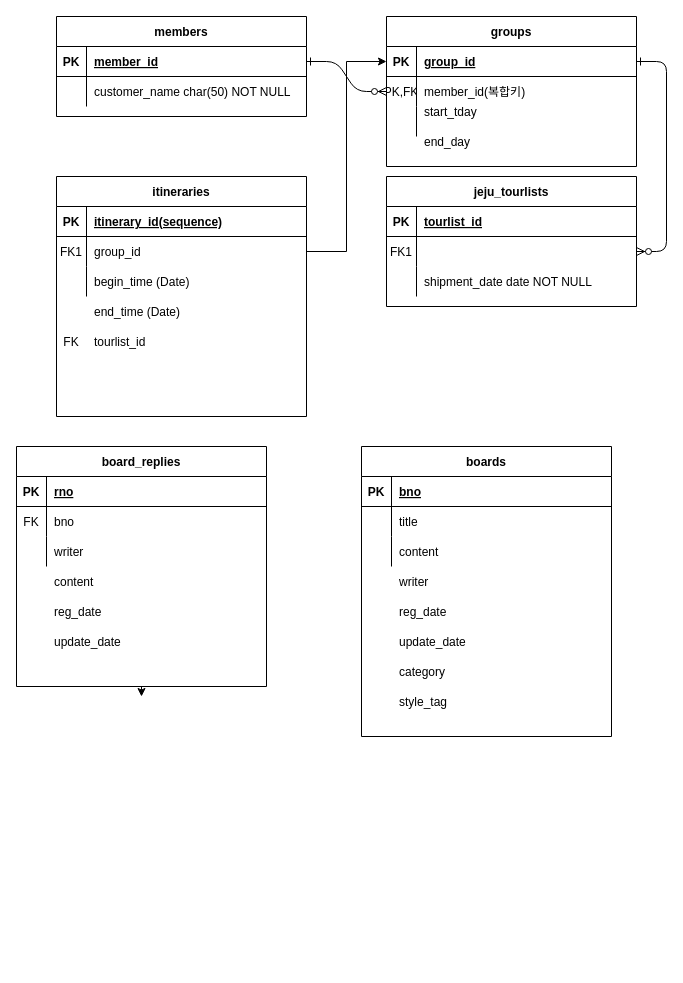
The draw.io diagram Untitled Diagram.drawio in Youyeon-Kim/ShallweJeju, before the edit. Source tidied: cells renumbered, new cells numbered last; positions are measured from the earlier drawing's top-left corner, leaving out a move shared by most shapes. Both pictures are drawn from the tidied source at 100%, with x=0, y=0 at pixel (16, 16).
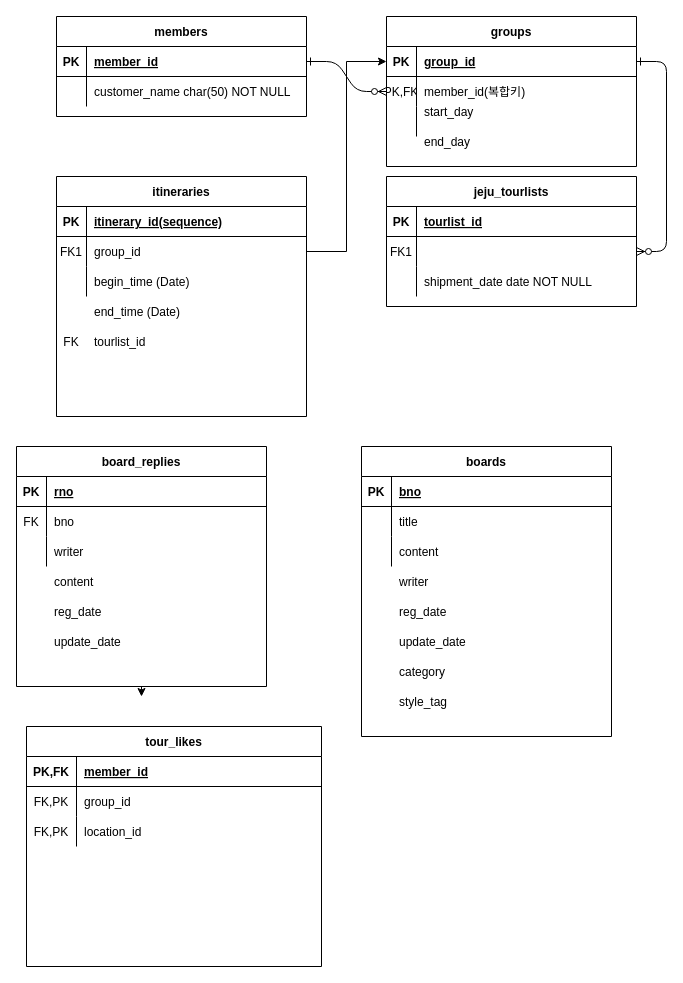
The same diagram, later.

What changed in the source:
```diff
@@
-    <mxCell id="45" value="start_tday" style="shape=partialRectangle;overflow=hidden;fillColor=none;top=0;left=0;bottom=0;right=0;align=left;spacingLeft=6;" parent="1" vertex="1">
+    <mxCell id="45" value="start_day" style="shape=partialRectangle;overflow=hidden;fillColor=none;top=0;left=0;bottom=0;right=0;align=left;spacingLeft=6;" parent="1" vertex="1">
       <mxGeometry x="400" y="80" width="220" height="30" as="geometry" />
     </mxCell>
@@
+    <mxCell id="76" value="tour_likes" style="shape=table;startSize=30;childLayout=tableLayout;rowLines=0;fontStyle=1;align=center;" parent="1" vertex="1">
+      <mxGeometry x="10" y="710" width="295" height="240" as="geometry" />
+    </mxCell>
+    <mxCell id="77" style="shape=partialRectangle;fillColor=none;top=0;left=0;right=0;bottom=1;" parent="76" vertex="1">
+      <mxGeometry y="30" width="295" height="30" as="geometry" />
+    </mxCell>
+    <mxCell id="78" value="PK,FK" style="shape=partialRectangle;overflow=hidden;fillColor=none;top=0;left=0;bottom=0;right=0;fontStyle=1;" parent="77" vertex="1">
+      <mxGeometry width="50" height="30" as="geometry" />
+    </mxCell>
+    <mxCell id="79" value="member_id" style="shape=partialRectangle;overflow=hidden;fillColor=none;top=0;left=0;bottom=0;right=0;align=left;spacingLeft=6;fontStyle=5;" parent="77" vertex="1">
+      <mxGeometry x="50" width="245" height="30" as="geometry" />
+    </mxCell>
+    <mxCell id="80" style="shape=partialRectangle;fillColor=none;top=0;left=0;right=0;bottom=0;" parent="76" vertex="1">
+      <mxGeometry y="60" width="295" height="30" as="geometry" />
+    </mxCell>
+    <mxCell id="81" value="FK,PK" style="shape=partialRectangle;overflow=hidden;fillColor=none;top=0;left=0;bottom=0;right=0;" parent="80" vertex="1">
+      <mxGeometry width="50" height="30" as="geometry" />
+    </mxCell>
+    <mxCell id="82" value="group_id" style="shape=partialRectangle;overflow=hidden;fillColor=none;top=0;left=0;bottom=0;right=0;align=left;spacingLeft=6;" parent="80" vertex="1">
+      <mxGeometry x="50" width="245" height="30" as="geometry" />
+    </mxCell>
+    <mxCell id="83" style="shape=partialRectangle;fillColor=none;top=0;left=0;right=0;bottom=0;" parent="76" vertex="1">
+      <mxGeometry y="90" width="295" height="30" as="geometry" />
+    </mxCell>
+    <mxCell id="84" value="FK,PK" style="shape=partialRectangle;overflow=hidden;fillColor=none;top=0;left=0;bottom=0;right=0;" parent="83" vertex="1">
+      <mxGeometry width="50" height="30" as="geometry" />
+    </mxCell>
+    <mxCell id="85" value="location_id" style="shape=partialRectangle;overflow=hidden;fillColor=none;top=0;left=0;bottom=0;right=0;align=left;spacingLeft=6;" parent="83" vertex="1">
+      <mxGeometry x="50" width="245" height="30" as="geometry" />
+    </mxCell>
+    <mxCell id="86" style="shape=partialRectangle;overflow=hidden;fillColor=none;top=0;left=0;bottom=0;right=0;align=left;spacingLeft=6;" parent="1" vertex="1">
+      <mxGeometry x="60" y="830" width="245" height="30" as="geometry" />
+    </mxCell>
+    <mxCell id="87" style="shape=partialRectangle;overflow=hidden;fillColor=none;top=0;left=0;bottom=0;right=0;" parent="1" vertex="1">
+      <mxGeometry x="10" y="830" width="50" height="30" as="geometry" />
+    </mxCell>
```
